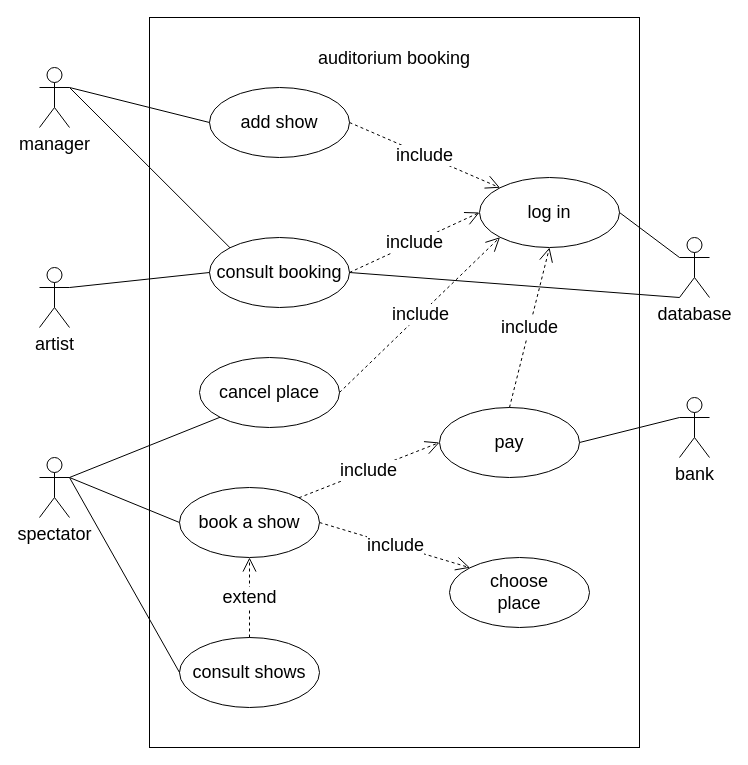
The draw.io diagram page "diagramme de cas d'utilisation" (2 of 7) of analyse/Diagramme sans nom.drawio in baptisteRiviere/SpectacleHallManagement, before the edit. Source tidied: cells renumbered, new cells numbered last; positions are measured from the earlier drawing's top-left corner, leaving out a move shared by most shapes. Both pictures are drawn from the tidied source at 100%, with x=0, y=0 at pixel (39, 17).
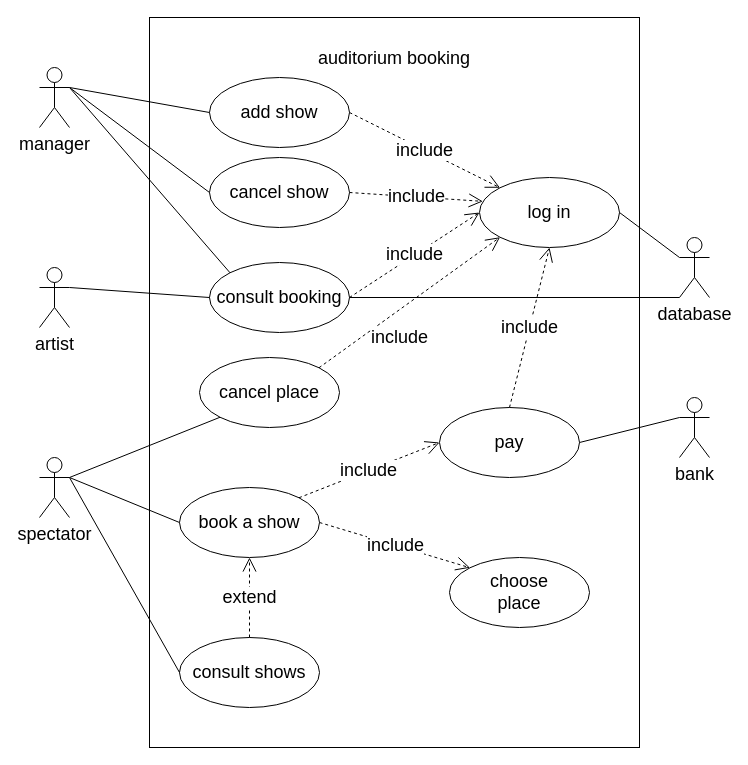
The same page after the edit.

The change refers to these unchanged cells:
```xml
<mxCell id="3" value="manager" style="shape=umlActor;verticalLabelPosition=bottom;verticalAlign=top;html=1;fontSize=18;fillColor=#FFFFFF;" parent="1" vertex="1">
  <mxGeometry y="50" width="30" height="60" as="geometry" />
</mxCell>
<mxCell id="11" value="log in" style="ellipse;whiteSpace=wrap;html=1;fontSize=18;fillColor=#FFFFFF;" parent="1" vertex="1">
  <mxGeometry x="440" y="160" width="140" height="70" as="geometry" />
</mxCell>
<mxCell id="13" value="cancel place" style="ellipse;whiteSpace=wrap;html=1;fontSize=18;fillColor=#FFFFFF;" parent="1" vertex="1">
  <mxGeometry x="160" y="340" width="140" height="70" as="geometry" />
</mxCell>
```

What changed in the source:
```diff
@@
     <mxCell id="12" value="add show" style="ellipse;whiteSpace=wrap;html=1;fontSize=18;fillColor=#FFFFFF;" parent="1" vertex="1">
-      <mxGeometry x="170" y="70" width="140" height="70" as="geometry" />
+      <mxGeometry x="170" y="60" width="140" height="70" as="geometry" />
     </mxCell>
@@
     <mxCell id="14" value="consult booking" style="ellipse;whiteSpace=wrap;html=1;fontSize=18;fillColor=#FFFFFF;" parent="1" vertex="1">
-      <mxGeometry x="170" y="220" width="140" height="70" as="geometry" />
+      <mxGeometry x="170" y="245" width="140" height="70" as="geometry" />
     </mxCell>
@@
-    <mxCell id="21" value="include" style="endArrow=open;endSize=12;dashed=1;html=1;rounded=0;fontSize=18;entryX=0;entryY=1;entryDx=0;entryDy=0;exitX=1;exitY=0.5;exitDx=0;exitDy=0;" parent="1" edge="1" source="13" target="11">
-      <mxGeometry relative="1" as="geometry" />
+    <mxCell id="21" value="include" style="endArrow=open;endSize=12;dashed=1;html=1;rounded=0;fontSize=18;entryX=0;entryY=1;entryDx=0;entryDy=0;exitX=1;exitY=0;exitDx=0;exitDy=0;" parent="1" edge="1" source="13" target="11">
+      <mxGeometry x="-0.26" y="-22" relative="1" as="geometry" />
     </mxCell>
@@
+    <mxCell id="32" value="cancel show" style="ellipse;whiteSpace=wrap;html=1;fontSize=18;fillColor=#FFFFFF;" parent="1" vertex="1">
+      <mxGeometry x="170" y="140" width="140" height="70" as="geometry" />
+    </mxCell>
+    <mxCell id="33" style="endArrow=none;html=1;rounded=0;fontSize=18;entryX=0;entryY=0.5;entryDx=0;entryDy=0;exitX=1;exitY=0.3333333333333333;exitDx=0;exitDy=0;exitPerimeter=0;" parent="1" edge="1" source="3" target="32">
+      <mxGeometry relative="1" as="geometry" />
+    </mxCell>
+    <mxCell id="34" value="include" style="endArrow=open;endSize=12;dashed=1;html=1;rounded=0;fontSize=18;entryX=0.024;entryY=0.341;entryDx=0;entryDy=0;exitX=1;exitY=0.5;exitDx=0;exitDy=0;entryPerimeter=0;" parent="1" edge="1" source="32" target="11">
+      <mxGeometry relative="1" as="geometry" />
+    </mxCell>
```
